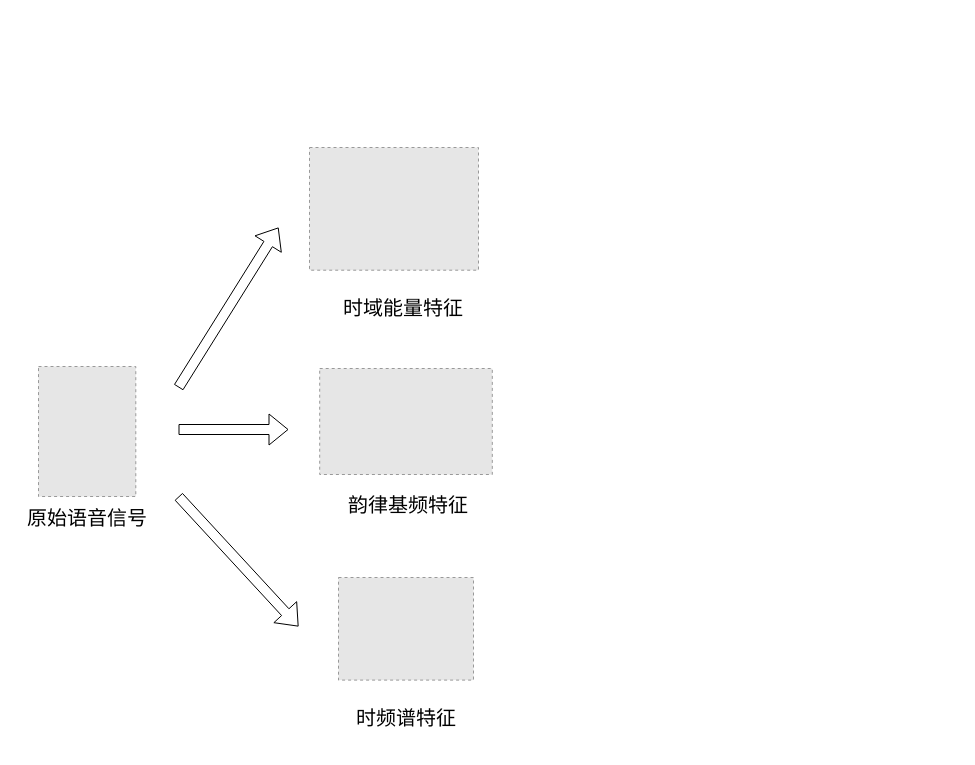
KANG-HYUNIL/SER_GraduationPaper keeps this draw.io diagram as LateX_Paper/undergraduate-thesis/undergraduate-thesis/images/feedback_diagrams/chapter1/acoustic_features/acoustic_feature_taxonomy.drawio. Above is the earlier version. Source tidied: cells renumbered, new cells numbered last; positions are measured from the earlier drawing's top-left corner, leaving out a move shared by most shapes. Both pictures are drawn from the tidied source at 100%, with x=0, y=0 at pixel (17, 147). Pictures stored in the file or linked from it are replaced by grey dashed boxes.
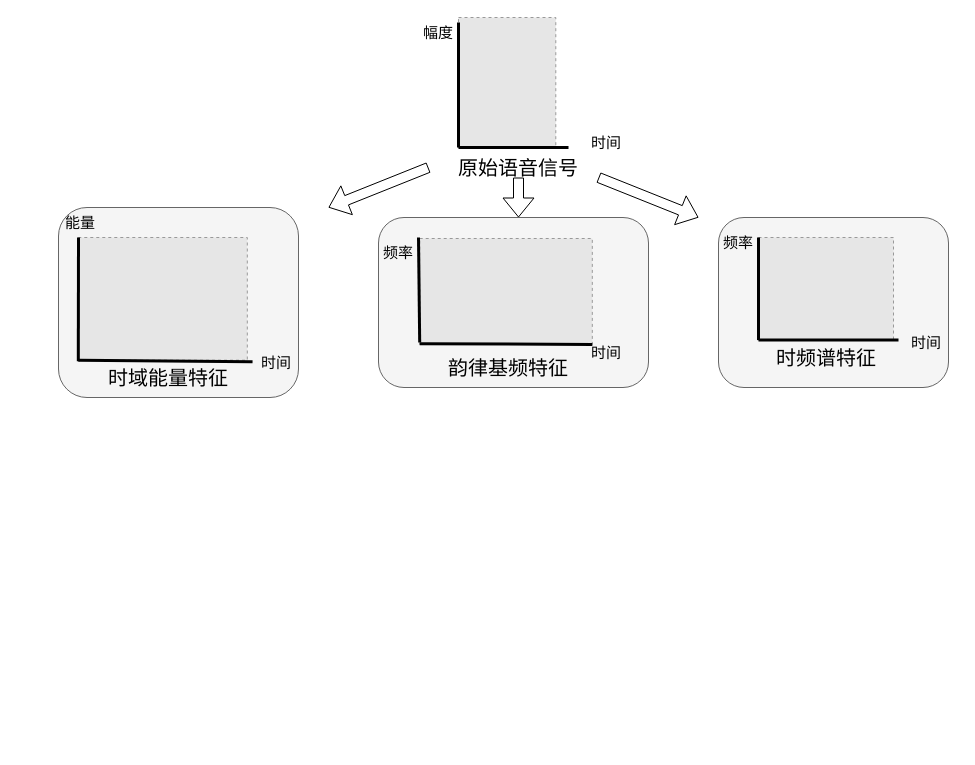
After the change.

What changed in the source:
```diff
@@
+    <mxCell id="13" style="rounded=1;whiteSpace=wrap;html=1;fillColor=#f5f5f5;fontColor=#333333;strokeColor=#666666;" parent="1" vertex="1">
+      <mxGeometry x="701" y="70" width="230" height="170" as="geometry" />
+    </mxCell>
+    <mxCell id="14" style="rounded=1;whiteSpace=wrap;html=1;fillColor=#f5f5f5;fontColor=#333333;strokeColor=#666666;" parent="1" vertex="1">
+      <mxGeometry x="361" y="70" width="270" height="170" as="geometry" />
+    </mxCell>
+    <mxCell id="15" style="rounded=1;whiteSpace=wrap;html=1;fillColor=#f5f5f5;fontColor=#333333;strokeColor=#666666;" parent="1" vertex="1">
+      <mxGeometry x="41" y="60" width="240" height="190" as="geometry" />
+    </mxCell>
     <mxCell id="2" style="fillColor=#E6E6E6;strokeColor=#999999;dashed=1;verticalLabelPosition=bottom;labelBackgroundColor=default;verticalAlign=top;" parent="1" vertex="1">
-      <mxGeometry x="21" y="219" width="97.3" height="130" as="geometry" />
+      <mxGeometry x="441" y="-130" width="97.3" height="130" as="geometry" />
     </mxCell>
     <mxCell id="3" value="&lt;font style=&quot;font-size: 20px;&quot;&gt;原始语音信号&lt;/font&gt;" style="text;html=1;whiteSpace=wrap;strokeColor=none;fillColor=none;align=center;verticalAlign=middle;rounded=0;" parent="1" vertex="1">
-      <mxGeometry x="-0.3" y="340" width="140" height="60" as="geometry" />
+      <mxGeometry x="431" y="-10" width="140" height="60" as="geometry" />
     </mxCell>
     <mxCell id="4" style="fillColor=#E6E6E6;strokeColor=#999999;dashed=1;verticalLabelPosition=bottom;labelBackgroundColor=default;verticalAlign=top;" parent="1" vertex="1">
-      <mxGeometry x="321" y="430" width="135" height="102.6" as="geometry" />
+      <mxGeometry x="741" y="90" width="135" height="102.6" as="geometry" />
     </mxCell>
     <mxCell id="5" value="&lt;span style=&quot;white-space: pre-wrap;&quot;&gt;&lt;font style=&quot;font-size: 20px;&quot;&gt;时频谱特征&lt;/font&gt;&lt;/span&gt;" style="text;html=1;whiteSpace=wrap;strokeColor=none;fillColor=none;align=center;verticalAlign=middle;rounded=0;" parent="1" vertex="1">
-      <mxGeometry x="318.5" y="540" width="140" height="60" as="geometry" />
+      <mxGeometry x="738.5" y="180" width="140" height="60" as="geometry" />
     </mxCell>
     <mxCell id="6" style="fillColor=#E6E6E6;strokeColor=#999999;dashed=1;verticalLabelPosition=bottom;labelBackgroundColor=default;verticalAlign=top;" parent="1" vertex="1">
-      <mxGeometry x="302.2" y="221" width="172.6" height="106" as="geometry" />
+      <mxGeometry x="402.2" y="91" width="172.6" height="106" as="geometry" />
     </mxCell>
     <mxCell id="7" value="&lt;span style=&quot;white-space: pre-wrap;&quot;&gt;&lt;font style=&quot;font-size: 20px;&quot;&gt;韵律基频特征&lt;/font&gt;&lt;/span&gt;" style="text;html=1;whiteSpace=wrap;strokeColor=none;fillColor=none;align=center;verticalAlign=middle;rounded=0;" parent="1" vertex="1">
-      <mxGeometry x="321" y="327" width="140" height="60" as="geometry" />
+      <mxGeometry x="421" y="190" width="140" height="60" as="geometry" />
     </mxCell>
     <mxCell id="8" style="fillColor=#E6E6E6;strokeColor=#999999;dashed=1;verticalLabelPosition=bottom;labelBackgroundColor=default;verticalAlign=top;" parent="1" vertex="1">
-      <mxGeometry x="292" width="169" height="122.7" as="geometry" />
+      <mxGeometry x="60.8" y="90" width="169" height="122.7" as="geometry" />
     </mxCell>
     <mxCell id="9" value="&lt;span style=&quot;white-space: pre-wrap;&quot;&gt;&lt;font style=&quot;font-size: 20px;&quot;&gt;时域能量特征&lt;/font&gt;&lt;/span&gt;" style="text;html=1;whiteSpace=wrap;strokeColor=none;fillColor=none;align=center;verticalAlign=middle;rounded=0;" parent="1" vertex="1">
-      <mxGeometry x="316" y="130" width="140" height="60" as="geometry" />
+      <mxGeometry x="81" y="200" width="140" height="60" as="geometry" />
     </mxCell>
     <mxCell id="10" style="shape=flexArrow;endArrow=classic;html=1;rounded=0;" parent="1" edge="1">
       <mxGeometry relative="1" as="geometry">
-        <mxPoint x="161" y="282" as="sourcePoint" />
-        <mxPoint x="271" y="282" as="targetPoint" />
+        <mxPoint x="501" y="30" as="sourcePoint" />
+        <mxPoint x="501" y="70" as="targetPoint" />
       </mxGeometry>
     </mxCell>
     <mxCell id="11" style="shape=flexArrow;endArrow=classic;html=1;rounded=0;" parent="1" edge="1">
       <mxGeometry relative="1" as="geometry">
-        <mxPoint x="161" y="240" as="sourcePoint" />
-        <mxPoint x="261" y="80" as="targetPoint" />
+        <mxPoint x="581" y="30" as="sourcePoint" />
+        <mxPoint x="681" y="70" as="targetPoint" />
       </mxGeometry>
     </mxCell>
     <mxCell id="12" style="shape=flexArrow;endArrow=classic;html=1;rounded=0;" parent="1" edge="1">
       <mxGeometry relative="1" as="geometry">
-        <mxPoint x="161" y="349" as="sourcePoint" />
-        <mxPoint x="281" y="479" as="targetPoint" />
+        <mxPoint x="411" y="20" as="sourcePoint" />
+        <mxPoint x="311" y="60" as="targetPoint" />
       </mxGeometry>
     </mxCell>
+    <mxCell id="16" style="endArrow=none;html=1;rounded=0;strokeWidth=3;exitX=0;exitY=1;exitDx=0;exitDy=0;" parent="1" edge="1" source="2">
+      <mxGeometry relative="1" as="geometry">
+        <mxPoint x="441" y="-125" as="targetPoint" />
+      </mxGeometry>
+    </mxCell>
+    <mxCell id="17" style="endArrow=none;html=1;rounded=0;strokeWidth=3;exitX=0;exitY=1;exitDx=0;exitDy=0;" parent="1" edge="1">
+      <mxGeometry relative="1" as="geometry">
+        <mxPoint x="741" y="192.6" as="sourcePoint" />
+        <mxPoint x="741" y="90" as="targetPoint" />
+      </mxGeometry>
+    </mxCell>
+    <mxCell id="18" style="endArrow=none;html=1;rounded=0;strokeWidth=3;exitX=0;exitY=1;exitDx=0;exitDy=0;" parent="1" edge="1">
+      <mxGeometry relative="1" as="geometry">
+        <mxPoint x="402.2" y="195" as="sourcePoint" />
+        <mxPoint x="401" y="90" as="targetPoint" />
+      </mxGeometry>
+    </mxCell>
+    <mxCell id="19" style="endArrow=none;html=1;rounded=0;strokeWidth=3;exitX=0;exitY=1;exitDx=0;exitDy=0;entryX=1.031;entryY=1.013;entryDx=0;entryDy=0;entryPerimeter=0;" parent="1" edge="1" target="8">
+      <mxGeometry relative="1" as="geometry">
+        <mxPoint x="60.8" y="212.7" as="sourcePoint" />
+      </mxGeometry>
+    </mxCell>
+    <mxCell id="20" style="endArrow=none;html=1;rounded=0;strokeWidth=3;exitX=0;exitY=1;exitDx=0;exitDy=0;entryX=1;entryY=1;entryDx=0;entryDy=0;" parent="1" edge="1" target="6">
+      <mxGeometry relative="1" as="geometry">
+        <mxPoint x="402.2" y="196.2" as="sourcePoint" />
+      </mxGeometry>
+    </mxCell>
+    <mxCell id="21" style="endArrow=none;html=1;rounded=0;strokeWidth=3;exitX=0;exitY=1;exitDx=0;exitDy=0;" parent="1" edge="1">
+      <mxGeometry relative="1" as="geometry">
+        <mxPoint x="741" y="192.6" as="sourcePoint" />
+        <mxPoint x="881" y="192.6" as="targetPoint" />
+      </mxGeometry>
+    </mxCell>
+    <mxCell id="22" style="endArrow=none;html=1;rounded=0;strokeWidth=3;" parent="1" edge="1">
+      <mxGeometry relative="1" as="geometry">
+        <mxPoint x="441" as="sourcePoint" />
+        <mxPoint x="551" as="targetPoint" />
+      </mxGeometry>
+    </mxCell>
+    <mxCell id="23" value="&lt;span style=&quot;white-space: pre-wrap;&quot;&gt;&lt;font style=&quot;font-size: 15px;&quot;&gt;时间 &lt;/font&gt;&lt;/span&gt;" style="text;html=1;whiteSpace=wrap;strokeColor=none;fillColor=none;align=center;verticalAlign=middle;rounded=0;" parent="1" vertex="1">
+      <mxGeometry x="561" y="-20" width="60" height="30" as="geometry" />
+    </mxCell>
+    <mxCell id="24" value="&lt;span style=&quot;white-space: pre-wrap;&quot;&gt;&lt;font style=&quot;font-size: 15px;&quot;&gt;时间 &lt;/font&gt;&lt;/span&gt;" style="text;html=1;whiteSpace=wrap;strokeColor=none;fillColor=none;align=center;verticalAlign=middle;rounded=0;" parent="1" vertex="1">
+      <mxGeometry x="231" y="200" width="60" height="30" as="geometry" />
+    </mxCell>
+    <mxCell id="25" value="&lt;span style=&quot;white-space: pre-wrap;&quot;&gt;&lt;font style=&quot;font-size: 15px;&quot;&gt;时间 &lt;/font&gt;&lt;/span&gt;" style="text;html=1;whiteSpace=wrap;strokeColor=none;fillColor=none;align=center;verticalAlign=middle;rounded=0;" parent="1" vertex="1">
+      <mxGeometry x="561" y="190" width="60" height="30" as="geometry" />
+    </mxCell>
+    <mxCell id="26" value="&lt;span style=&quot;white-space: pre-wrap;&quot;&gt;&lt;font style=&quot;font-size: 15px;&quot;&gt;幅度&lt;/font&gt;&lt;/span&gt;" style="text;html=1;whiteSpace=wrap;strokeColor=none;fillColor=none;align=center;verticalAlign=middle;rounded=0;" parent="1" vertex="1">
+      <mxGeometry x="391" y="-130" width="60" height="30" as="geometry" />
+    </mxCell>
+    <mxCell id="27" value="&lt;span style=&quot;white-space: pre-wrap;&quot;&gt;&lt;font style=&quot;font-size: 15px;&quot;&gt;频率&lt;/font&gt;&lt;/span&gt;" style="text;whiteSpace=wrap;html=1;align=center;" parent="1" vertex="1">
+      <mxGeometry x="351" y="90" width="60" height="40" as="geometry" />
+    </mxCell>
+    <mxCell id="28" value="&lt;span style=&quot;white-space: pre-wrap;&quot;&gt;&lt;font style=&quot;font-size: 15px;&quot;&gt;频率&lt;/font&gt;&lt;/span&gt;" style="text;whiteSpace=wrap;html=1;align=center;" parent="1" vertex="1">
+      <mxGeometry x="691" y="80" width="60" height="40" as="geometry" />
+    </mxCell>
+    <mxCell id="29" value="&lt;span style=&quot;white-space: pre-wrap;&quot;&gt;&lt;font style=&quot;font-size: 15px;&quot;&gt;时间 &lt;/font&gt;&lt;/span&gt;" style="text;html=1;whiteSpace=wrap;strokeColor=none;fillColor=none;align=center;verticalAlign=middle;rounded=0;" parent="1" vertex="1">
+      <mxGeometry x="881" y="180" width="60" height="30" as="geometry" />
+    </mxCell>
+    <mxCell id="30" style="endArrow=none;html=1;rounded=0;strokeWidth=3;exitX=0;exitY=1;exitDx=0;exitDy=0;" parent="1" edge="1">
+      <mxGeometry relative="1" as="geometry">
+        <mxPoint x="60.8" y="213.8" as="sourcePoint" />
+        <mxPoint x="61" y="90" as="targetPoint" />
+      </mxGeometry>
+    </mxCell>
+    <mxCell id="31" value="&lt;span style=&quot;white-space: pre-wrap;&quot;&gt;&lt;font style=&quot;font-size: 15px;&quot;&gt; 能量&lt;/font&gt;&lt;/span&gt;" style="text;html=1;whiteSpace=wrap;strokeColor=none;fillColor=none;align=center;verticalAlign=middle;rounded=0;" parent="1" vertex="1">
+      <mxGeometry x="31" y="60" width="60" height="30" as="geometry" />
+    </mxCell>
```
